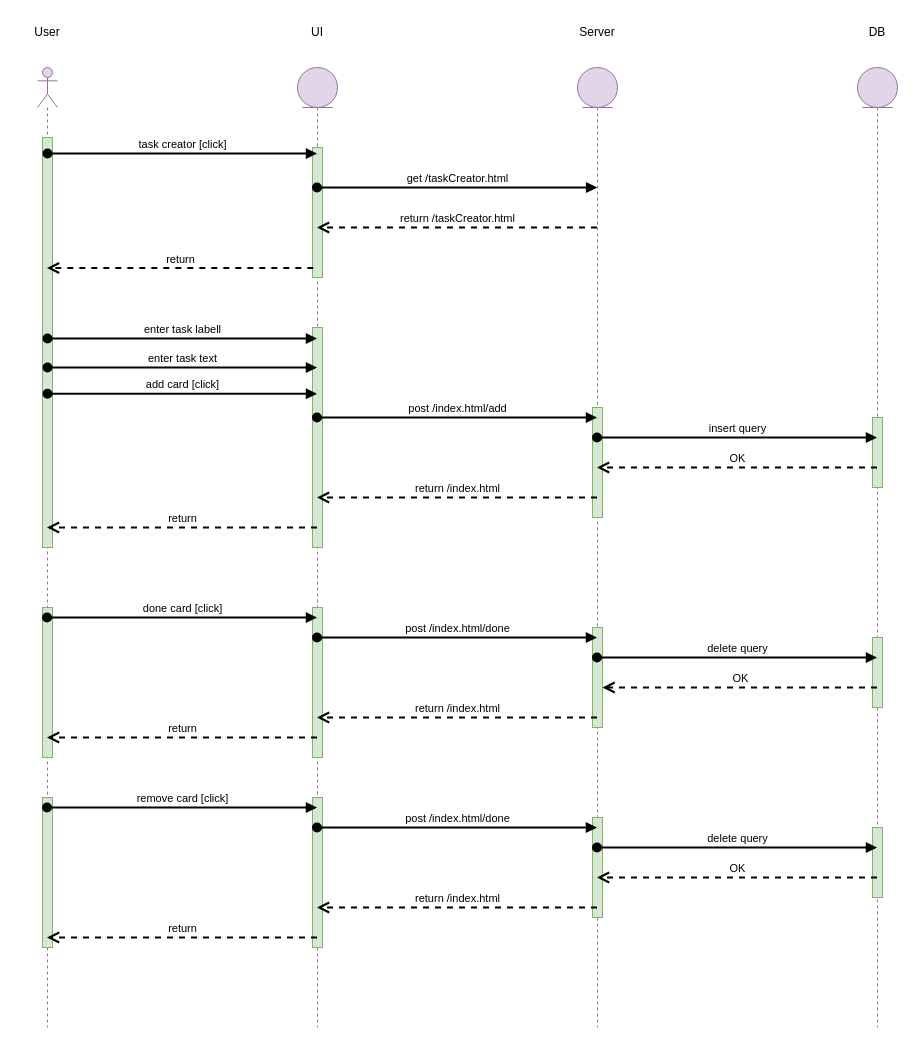
This is Python/ToDoList/diagrams/SequenceDiagram.drawio from VY354/MyOwnRepos, a draw.io file, before an edit. Source tidied: cells renumbered, new cells numbered last; positions are measured from the earlier drawing's top-left corner, leaving out a move shared by most shapes. Both pictures are drawn from the tidied source at 100%, with x=0, y=0 at pixel (17, 17).
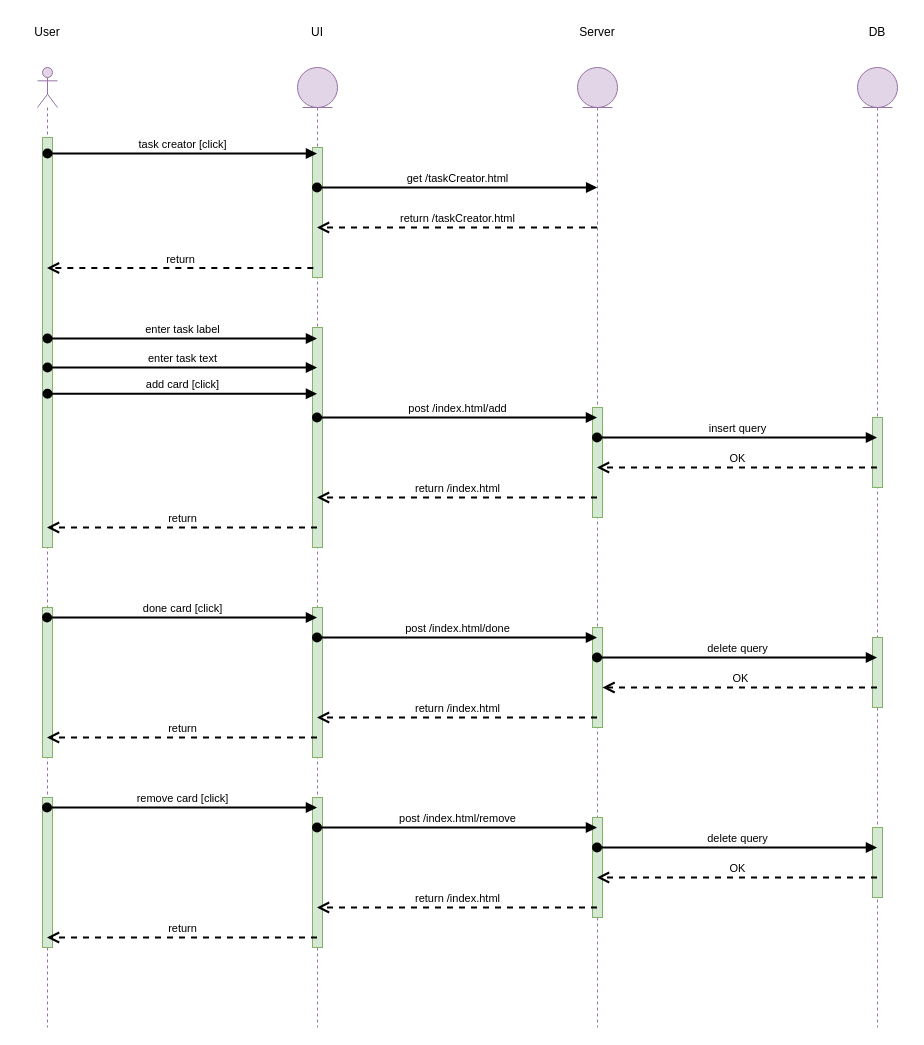
The same diagram, later.

Unchanged cells that the change refers to:
```xml
<mxCell id="2" style="shape=umlLifeline;participant=umlEntity;perimeter=lifelinePerimeter;whiteSpace=wrap;html=1;verticalAlign=top;spacingTop=36;outlineConnect=0;fillColor=#e1d5e7;strokeColor=#9673a6;" parent="1" vertex="1">
  <mxGeometry x="280" y="50" width="40" height="960" as="geometry" />
</mxCell>
<mxCell id="11" style="shape=umlLifeline;participant=umlEntity;perimeter=lifelinePerimeter;whiteSpace=wrap;html=1;verticalAlign=top;spacingTop=36;outlineConnect=0;fillColor=#e1d5e7;strokeColor=#9673a6;" parent="1" vertex="1">
  <mxGeometry x="560" y="50" width="40" height="960" as="geometry" />
</mxCell>
```

What changed in the source:
```diff
@@
-    <mxCell id="27" value="enter task labell" style="html=1;verticalAlign=bottom;startArrow=oval;startFill=1;endArrow=block;startSize=8;rounded=0;strokeWidth=2;" parent="1" edge="1" target="2">
+    <mxCell id="27" value="enter task label" style="html=1;verticalAlign=bottom;startArrow=oval;startFill=1;endArrow=block;startSize=8;rounded=0;strokeWidth=2;" parent="1" edge="1" target="2">
       <mxGeometry relative="1" as="geometry">
         <mxPoint x="30" y="321" as="sourcePoint" />
       </mxGeometry>
     </mxCell>
@@
-    <mxCell id="42" value="post /index.html/done" style="html=1;verticalAlign=bottom;startArrow=oval;startFill=1;endArrow=block;startSize=8;rounded=0;strokeWidth=2;" parent="1" edge="1" source="2" target="11">
+    <mxCell id="42" value="post /index.html/remove" style="html=1;verticalAlign=bottom;startArrow=oval;startFill=1;endArrow=block;startSize=8;rounded=0;strokeWidth=2;" parent="1" edge="1" source="2" target="11">
       <mxGeometry relative="1" as="geometry">
         <Array as="points">
           <mxPoint x="540" y="810" />
         </Array>
       </mxGeometry>
     </mxCell>
```
